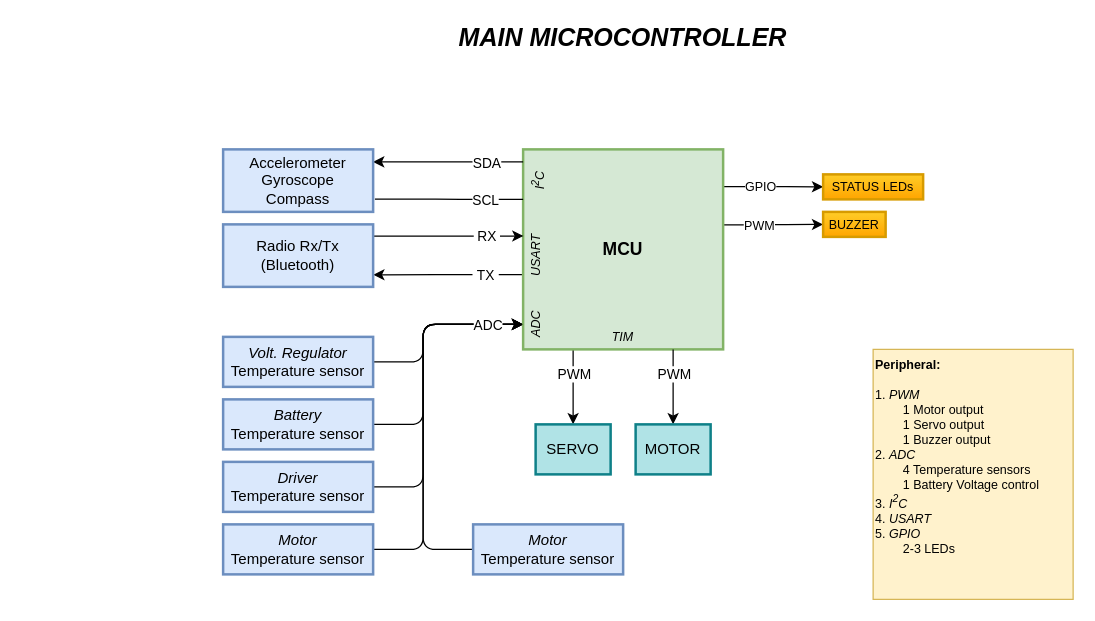
Earlier version of the draw.io diagram Schematics and Diagrams/SchematicDrawing_MCU.drawio (vladubase/Roborace). Source tidied: cells renumbered, new cells numbered last; positions are measured from the earlier drawing's top-left corner, leaving out a move shared by most shapes. Both pictures are drawn from the tidied source at 125%, with x=0, y=0 at pixel (222, 24).
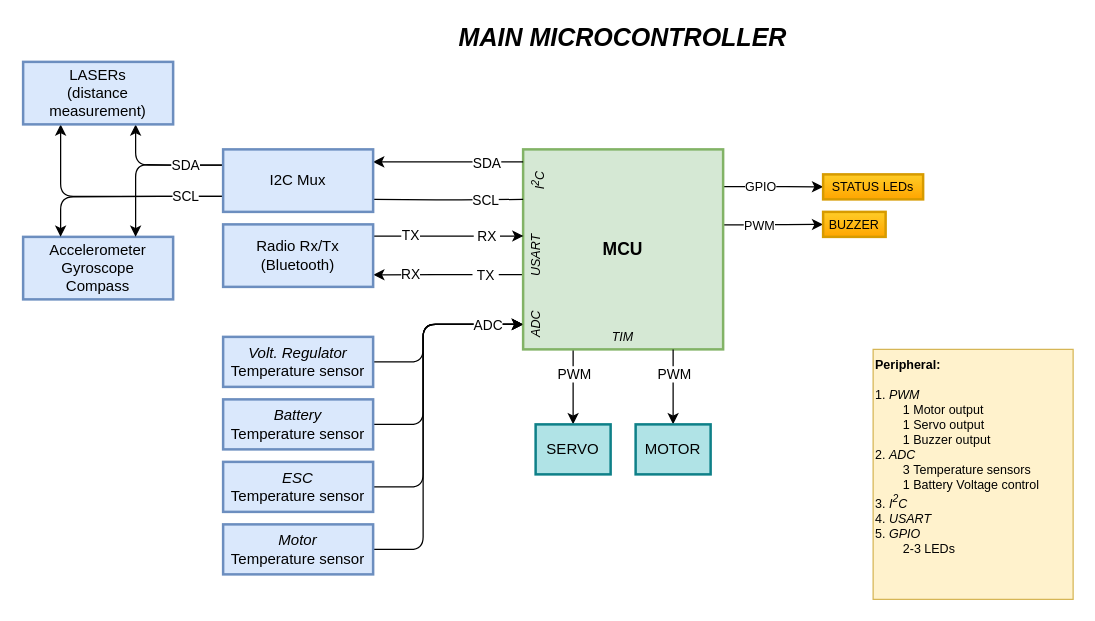
The same diagram, later.

Unchanged cells that the change refers to:
```xml
<mxCell id="14" value="&lt;font style=&quot;font-size: 14px&quot;&gt;&lt;b&gt;MCU&lt;br&gt;&lt;/b&gt;&lt;/font&gt;" style="whiteSpace=wrap;html=1;strokeWidth=2;fillColor=#d5e8d4;strokeColor=#82b366;shadow=0;sketch=0;" parent="1" vertex="1">
  <mxGeometry x="240" y="100" width="160" height="160" as="geometry" />
</mxCell>
<mxCell id="20" value="Radio Rx/Tx (Bluetooth)" style="rounded=0;whiteSpace=wrap;html=1;strokeWidth=2;fillColor=#dae8fc;strokeColor=#6c8ebf;" parent="1" vertex="1">
  <mxGeometry y="160" width="120" height="50" as="geometry" />
</mxCell>
<mxCell id="32" value="USART" style="text;html=1;strokeColor=none;fillColor=none;align=center;verticalAlign=middle;whiteSpace=wrap;rounded=0;labelBackgroundColor=none;labelBorderColor=none;fontSize=10;fontStyle=2;horizontal=0;" parent="1" vertex="1">
  <mxGeometry x="240" y="165" width="20" height="40" as="geometry" />
</mxCell>
<mxCell id="34" value="ADC" style="text;html=1;strokeColor=none;fillColor=none;align=center;verticalAlign=middle;whiteSpace=wrap;rounded=0;labelBackgroundColor=none;labelBorderColor=none;fontSize=10;fontStyle=2;horizontal=0;" parent="1" vertex="1">
  <mxGeometry x="240" y="220" width="20" height="40" as="geometry" />
</mxCell>
```

Change to the diagram source:
```diff
@@
-    <mxCell id="2" style="edgeStyle=orthogonalEdgeStyle;rounded=1;jettySize=auto;html=1;entryX=0;entryY=0.5;entryDx=0;entryDy=0;" parent="1" edge="1" source="41" target="34">
-      <mxGeometry relative="1" as="geometry">
-        <Array as="points">
-          <mxPoint x="160" y="420" />
-          <mxPoint x="160" y="240" />
-        </Array>
-      </mxGeometry>
-    </mxCell>
@@
-    <mxCell id="6" style="edgeStyle=orthogonalEdgeStyle;jettySize=auto;html=1;rounded=1;entryX=1.001;entryY=0.807;entryDx=0;entryDy=0;entryPerimeter=0;exitX=0.001;exitY=0.626;exitDx=0;exitDy=0;exitPerimeter=0;" parent="1" edge="1" source="14" target="20">
-      <mxGeometry relative="1" as="geometry">
+    <mxCell id="6" value="RX" style="edgeStyle=orthogonalEdgeStyle;jettySize=auto;html=1;rounded=1;entryX=1.001;entryY=0.807;entryDx=0;entryDy=0;entryPerimeter=0;exitX=0.001;exitY=0.626;exitDx=0;exitDy=0;exitPerimeter=0;" parent="1" edge="1" source="14" target="20">
+      <mxGeometry x="0.5" relative="1" as="geometry">
         <Array as="points">
           <mxPoint x="180" y="200" />
         </Array>
       </mxGeometry>
     </mxCell>
@@
-    <mxCell id="17" value="&lt;i&gt;Driver&lt;/i&gt;&lt;br&gt;Temperature sensor" style="rounded=0;whiteSpace=wrap;html=1;strokeWidth=2;fillColor=#dae8fc;strokeColor=#6c8ebf;" parent="1" vertex="1">
+    <mxCell id="17" value="&lt;i&gt;ESC&lt;/i&gt;&lt;br&gt;Temperature sensor" style="rounded=0;whiteSpace=wrap;html=1;strokeWidth=2;fillColor=#dae8fc;strokeColor=#6c8ebf;" parent="1" vertex="1">
       <mxGeometry y="350" width="120" height="40" as="geometry" />
     </mxCell>
-    <mxCell id="18" style="edgeStyle=orthogonalEdgeStyle;jettySize=auto;html=1;entryX=0.012;entryY=0.108;entryDx=0;entryDy=0;rounded=1;entryPerimeter=0;" parent="1" edge="1" source="20" target="32">
-      <mxGeometry relative="1" as="geometry">
+    <mxCell id="18" value="TX" style="edgeStyle=orthogonalEdgeStyle;jettySize=auto;html=1;entryX=0.012;entryY=0.108;entryDx=0;entryDy=0;rounded=1;entryPerimeter=0;" parent="1" edge="1" source="20" target="32">
+      <mxGeometry x="-0.5" relative="1" as="geometry">
         <Array as="points">
           <mxPoint x="180" y="169" />
         </Array>
       </mxGeometry>
     </mxCell>
@@
-    <mxCell id="24" style="edgeStyle=orthogonalEdgeStyle;rounded=1;jettySize=auto;html=1;endArrow=none;endFill=0;startArrow=classic;startFill=1;" parent="1" edge="1" source="28">
+    <mxCell id="24" style="edgeStyle=orthogonalEdgeStyle;rounded=1;orthogonalLoop=1;jettySize=auto;html=1;endArrow=none;endFill=0;startArrow=classic;startFill=1;" parent="1" edge="1">
       <mxGeometry relative="1" as="geometry">
+        <mxPoint x="120" y="110" as="sourcePoint" />
         <mxPoint x="240" y="110" as="targetPoint" />
         <Array as="points">
           <mxPoint x="220" y="110" />
           <mxPoint x="220" y="110" />
         </Array>
       </mxGeometry>
     </mxCell>
@@
-    <mxCell id="26" style="edgeStyle=orthogonalEdgeStyle;rounded=1;jettySize=auto;html=1;exitX=1.012;exitY=0.797;exitDx=0;exitDy=0;startArrow=none;startFill=0;endArrow=none;endFill=0;strokeColor=default;exitPerimeter=0;entryX=0;entryY=0.25;entryDx=0;entryDy=0;" parent="1" edge="1" source="28" target="14">
-      <mxGeometry relative="1" as="geometry" />
+    <mxCell id="26" style="edgeStyle=orthogonalEdgeStyle;rounded=1;jettySize=auto;html=1;startArrow=none;startFill=0;endArrow=none;endFill=0;strokeColor=default;entryX=0;entryY=0.25;entryDx=0;entryDy=0;" parent="1" edge="1" target="14">
+      <mxGeometry relative="1" as="geometry">
+        <mxPoint x="120" y="140" as="sourcePoint" />
+      </mxGeometry>
     </mxCell>
@@
     <mxCell id="28" value="Accelerometer&lt;br&gt;Gyroscope&lt;br&gt;Compass" style="rounded=0;whiteSpace=wrap;html=1;strokeWidth=2;fillColor=#dae8fc;strokeColor=#6c8ebf;" parent="1" vertex="1">
-      <mxGeometry y="100" width="120" height="50" as="geometry" />
+      <mxGeometry x="-160" y="170" width="120" height="50" as="geometry" />
     </mxCell>
-    <mxCell id="29" value="&lt;b&gt;Peripheral:&lt;br&gt;&lt;/b&gt;&lt;br&gt;1. &lt;i&gt;PWM&lt;/i&gt;&lt;br&gt;&lt;span style=&quot;white-space: pre&quot;&gt;&#9;&lt;/span&gt;1&amp;nbsp;Motor output&lt;br&gt;&lt;span style=&quot;white-space: pre&quot;&gt;&#9;&lt;/span&gt;1 Servo output&lt;br&gt;&lt;span style=&quot;white-space: pre&quot;&gt;&#9;&lt;/span&gt;1 Buzzer output&lt;br&gt;2. &lt;i&gt;ADC&lt;/i&gt;&lt;br&gt;&lt;span style=&quot;white-space: pre&quot;&gt;&#9;&lt;/span&gt;4 Temperature sensors&lt;br&gt;&amp;nbsp; &amp;nbsp; &amp;nbsp; &amp;nbsp; 1 Battery Voltage control&lt;br&gt;3. &lt;i&gt;I&lt;sup&gt;2&lt;/sup&gt;C&lt;/i&gt;&lt;br&gt;4. &lt;i&gt;USART&lt;/i&gt;&lt;br&gt;5. &lt;i&gt;GPIO&lt;/i&gt;&lt;br&gt;&lt;span style=&quot;white-space: pre&quot;&gt;&#9;&lt;/span&gt;2-3 LEDs" style="text;html=1;strokeColor=#d6b656;fillColor=#fff2cc;align=left;verticalAlign=top;whiteSpace=wrap;rounded=0;fontSize=10;horizontal=1;labelBackgroundColor=none;sketch=0;" parent="1" vertex="1">
+    <mxCell id="29" value="&lt;b&gt;Peripheral:&lt;br&gt;&lt;/b&gt;&lt;br&gt;1. &lt;i&gt;PWM&lt;/i&gt;&lt;br&gt;&lt;span style=&quot;white-space: pre&quot;&gt;&#9;&lt;/span&gt;1&amp;nbsp;Motor output&lt;br&gt;&lt;span style=&quot;white-space: pre&quot;&gt;&#9;&lt;/span&gt;1 Servo output&lt;br&gt;&lt;span style=&quot;white-space: pre&quot;&gt;&#9;&lt;/span&gt;1 Buzzer output&lt;br&gt;2. &lt;i&gt;ADC&lt;/i&gt;&lt;br&gt;&lt;span style=&quot;white-space: pre&quot;&gt;&#9;&lt;/span&gt;3&amp;nbsp;Temperature sensors&lt;br&gt;&amp;nbsp; &amp;nbsp; &amp;nbsp; &amp;nbsp; 1 Battery Voltage control&lt;br&gt;3. &lt;i&gt;I&lt;sup&gt;2&lt;/sup&gt;C&lt;/i&gt;&lt;br&gt;4. &lt;i&gt;USART&lt;/i&gt;&lt;br&gt;5. &lt;i&gt;GPIO&lt;/i&gt;&lt;br&gt;&lt;span style=&quot;white-space: pre&quot;&gt;&#9;&lt;/span&gt;2-3 LEDs" style="text;html=1;strokeColor=#d6b656;fillColor=#fff2cc;align=left;verticalAlign=top;whiteSpace=wrap;rounded=0;fontSize=10;horizontal=1;labelBackgroundColor=none;sketch=0;" parent="1" vertex="1">
       <mxGeometry x="520" y="260" width="160" height="200" as="geometry" />
     </mxCell>
@@
-    <mxCell id="41" value="&lt;i&gt;Motor&lt;br&gt;&lt;/i&gt;Temperature sensor" style="rounded=0;whiteSpace=wrap;html=1;strokeWidth=2;fillColor=#dae8fc;strokeColor=#6c8ebf;" parent="1" vertex="1">
-      <mxGeometry x="200" y="400" width="120" height="40" as="geometry" />
-    </mxCell>
+    <mxCell id="42" style="edgeStyle=orthogonalEdgeStyle;rounded=1;jettySize=auto;html=1;exitX=0;exitY=0.25;exitDx=0;exitDy=0;entryX=0.75;entryY=0;entryDx=0;entryDy=0;" parent="1" edge="1" source="46" target="28">
+      <mxGeometry relative="1" as="geometry">
+        <Array as="points">
+          <mxPoint x="-40" y="112" />
+          <mxPoint x="-110" y="112" />
+        </Array>
+      </mxGeometry>
+    </mxCell>
+    <mxCell id="43" value="SDA" style="edgeStyle=orthogonalEdgeStyle;rounded=1;jettySize=auto;html=1;exitX=0;exitY=0.25;exitDx=0;exitDy=0;entryX=0.75;entryY=1;entryDx=0;entryDy=0;" parent="1" edge="1" source="46" target="47">
+      <mxGeometry x="-0.41" relative="1" as="geometry" />
+    </mxCell>
+    <mxCell id="44" style="edgeStyle=orthogonalEdgeStyle;rounded=1;jettySize=auto;html=1;exitX=0;exitY=0.75;exitDx=0;exitDy=0;entryX=0.25;entryY=0;entryDx=0;entryDy=0;" parent="1" edge="1" source="46" target="28">
+      <mxGeometry relative="1" as="geometry">
+        <Array as="points">
+          <mxPoint x="-40" y="138" />
+          <mxPoint x="-170" y="138" />
+        </Array>
+      </mxGeometry>
+    </mxCell>
+    <mxCell id="45" value="SCL" style="edgeStyle=orthogonalEdgeStyle;rounded=1;jettySize=auto;html=1;exitX=0;exitY=0.75;exitDx=0;exitDy=0;entryX=0.25;entryY=1;entryDx=0;entryDy=0;" parent="1" edge="1" source="46" target="47">
+      <mxGeometry x="-0.68" relative="1" as="geometry">
+        <Array as="points">
+          <mxPoint x="-130" y="138" />
+        </Array>
+      </mxGeometry>
+    </mxCell>
+    <mxCell id="46" value="I2C Mux" style="rounded=0;whiteSpace=wrap;html=1;strokeWidth=2;fillColor=#dae8fc;strokeColor=#6c8ebf;" parent="1" vertex="1">
+      <mxGeometry y="100" width="120" height="50" as="geometry" />
+    </mxCell>
+    <mxCell id="47" value="LASERs&lt;br&gt;(distance measurement)" style="rounded=0;whiteSpace=wrap;html=1;strokeWidth=2;fillColor=#dae8fc;strokeColor=#6c8ebf;" parent="1" vertex="1">
+      <mxGeometry x="-160" y="30" width="120" height="50" as="geometry" />
+    </mxCell>
```
